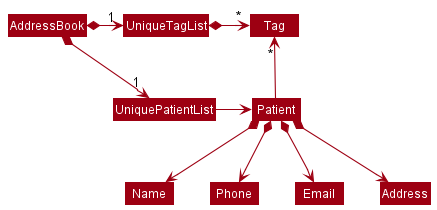
The PlantUML diagram docs/diagrams/BetterModelClassDiagram.png in rish-16/tp, before a commit. Source of this version:
```plantuml
@startuml
!include style.puml
skinparam arrowThickness 1.1
skinparam arrowColor MODEL_COLOR
skinparam classBackgroundColor MODEL_COLOR

AddressBook *-right-> "1" UniquePatientList
AddressBook *-right-> "1" UniqueTagList
UniqueTagList -[hidden]down- UniquePatientList
UniqueTagList -[hidden]down- UniquePatientList

UniqueTagList *-right-> "*" Tag
UniquePatientList -right-> Patient

Patient -up-> "*" Tag

Patient *--> Name
Patient *--> Phone
Patient *--> Email
Patient *--> Address
@enduml
```
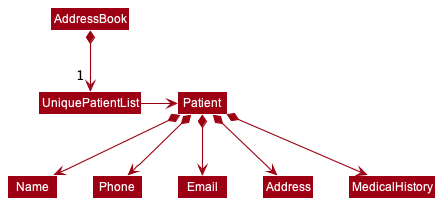
Above is the later version.

Diff of the diagram source:
```diff
@@ -4,18 +4,13 @@
 skinparam arrowColor MODEL_COLOR
 skinparam classBackgroundColor MODEL_COLOR
 
-AddressBook *-right-> "1" UniquePatientList
-AddressBook *-right-> "1" UniqueTagList
-UniqueTagList -[hidden]down- UniquePatientList
-UniqueTagList -[hidden]down- UniquePatientList
+AddressBook *-down-> "1 " UniquePatientList
 
-UniqueTagList *-right-> "*" Tag
 UniquePatientList -right-> Patient
-
-Patient -up-> "*" Tag
 
 Patient *--> Name
 Patient *--> Phone
 Patient *--> Email
 Patient *--> Address
+Patient *--> MedicalHistory
 @enduml
```
